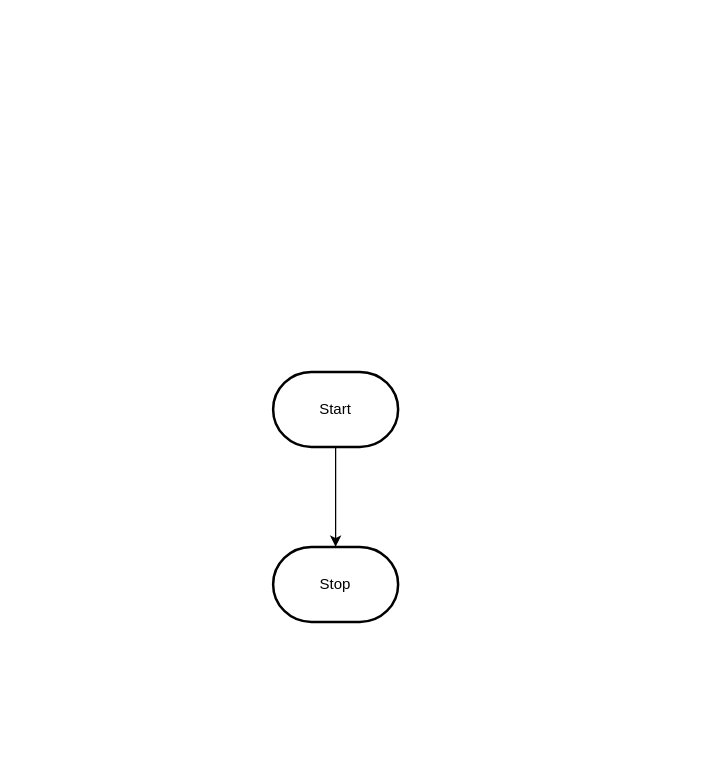
This is design/flowchart.drawio from MTHS-ICS2O-2-2022/ICS2O-Unit-5-06-Mohamad-Tanbari, a draw.io file, before an edit. Source tidied: cells renumbered, new cells numbered last; positions are measured from the earlier drawing's top-left corner, leaving out a move shared by most shapes. Both pictures are drawn from the tidied source at 125%, with x=0, y=0 at pixel (272, 371).
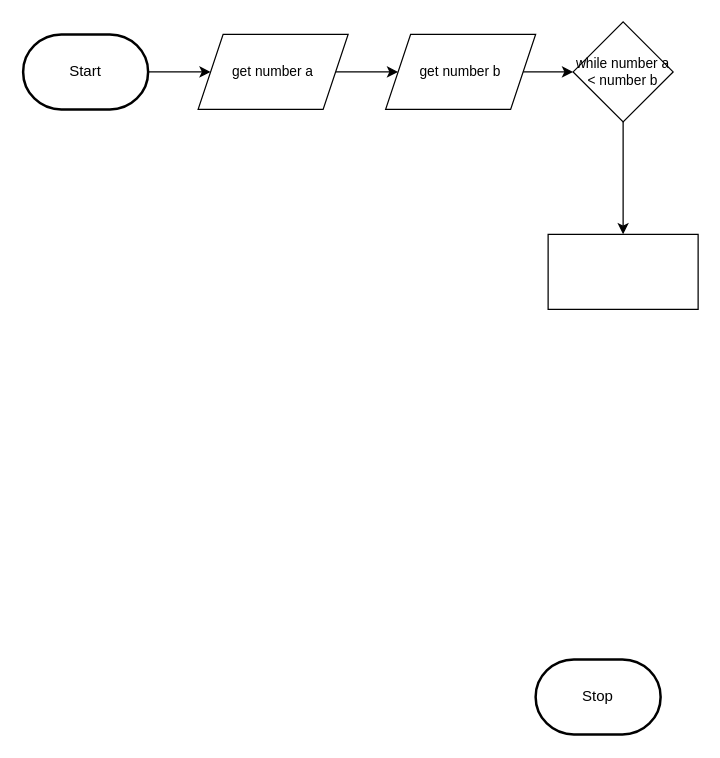
Above is the later version.

Diff of the diagram source:
```diff
@@
 <mxGraphModel>
   <root>
     <mxCell id="0" />
     <mxCell id="1" parent="0" />
-    <mxCell id="2" style="edgeStyle=orthogonalEdgeStyle;html=1;rounded=0;" parent="1" edge="1" source="3" target="4">
-      <mxGeometry relative="1" as="geometry" />
-    </mxCell>
+    <mxCell id="5" style="edgeStyle=orthogonalEdgeStyle;shape=connector;rounded=0;html=1;labelBackgroundColor=default;strokeColor=default;fontFamily=Helvetica;fontSize=11;fontColor=default;endArrow=classic;" parent="1" edge="1" source="3" target="2">
+      <mxGeometry relative="1" as="geometry" />
+    </mxCell>
     <mxCell id="3" value="Start" style="strokeWidth=2;html=1;shape=mxgraph.flowchart.terminator;whiteSpace=wrap;" parent="1" vertex="1">
-      <mxGeometry width="100" height="60" as="geometry" />
+      <mxGeometry x="-200" y="-270" width="100" height="60" as="geometry" />
     </mxCell>
     <mxCell id="4" value="Stop" style="strokeWidth=2;html=1;shape=mxgraph.flowchart.terminator;whiteSpace=wrap;" parent="1" vertex="1">
-      <mxGeometry y="140" width="100" height="60" as="geometry" />
+      <mxGeometry x="210" y="230" width="100" height="60" as="geometry" />
     </mxCell>
+    <mxCell id="6" style="edgeStyle=orthogonalEdgeStyle;shape=connector;rounded=0;html=1;labelBackgroundColor=default;strokeColor=default;fontFamily=Helvetica;fontSize=11;fontColor=default;endArrow=classic;" parent="1" edge="1" source="2" target="8">
+      <mxGeometry relative="1" as="geometry" />
+    </mxCell>
+    <mxCell id="2" value="get number a" style="shape=parallelogram;perimeter=parallelogramPerimeter;whiteSpace=wrap;html=1;fixedSize=1;fontFamily=Helvetica;fontSize=11;fontColor=default;" parent="1" vertex="1">
+      <mxGeometry x="-60" y="-270" width="120" height="60" as="geometry" />
+    </mxCell>
+    <mxCell id="7" style="edgeStyle=orthogonalEdgeStyle;shape=connector;rounded=0;html=1;labelBackgroundColor=default;strokeColor=default;fontFamily=Helvetica;fontSize=11;fontColor=default;endArrow=classic;" parent="1" edge="1" source="8" target="10">
+      <mxGeometry relative="1" as="geometry" />
+    </mxCell>
+    <mxCell id="8" value="get number b" style="shape=parallelogram;perimeter=parallelogramPerimeter;whiteSpace=wrap;html=1;fixedSize=1;fontFamily=Helvetica;fontSize=11;fontColor=default;" parent="1" vertex="1">
+      <mxGeometry x="90" y="-270" width="120" height="60" as="geometry" />
+    </mxCell>
+    <mxCell id="9" style="edgeStyle=orthogonalEdgeStyle;shape=connector;rounded=0;html=1;labelBackgroundColor=default;strokeColor=default;fontFamily=Helvetica;fontSize=11;fontColor=default;endArrow=classic;" parent="1" edge="1" source="10" target="11">
+      <mxGeometry relative="1" as="geometry" />
+    </mxCell>
+    <mxCell id="10" value="while number a &amp;lt; number b" style="rhombus;whiteSpace=wrap;html=1;fontSize=11;" parent="1" vertex="1">
+      <mxGeometry x="240" y="-280" width="80" height="80" as="geometry" />
+    </mxCell>
+    <mxCell id="11" style="whiteSpace=wrap;html=1;fontSize=11;" parent="1" vertex="1">
+      <mxGeometry x="220" y="-110" width="120" height="60" as="geometry" />
+    </mxCell>
   </root>
 </mxGraphModel>
```
